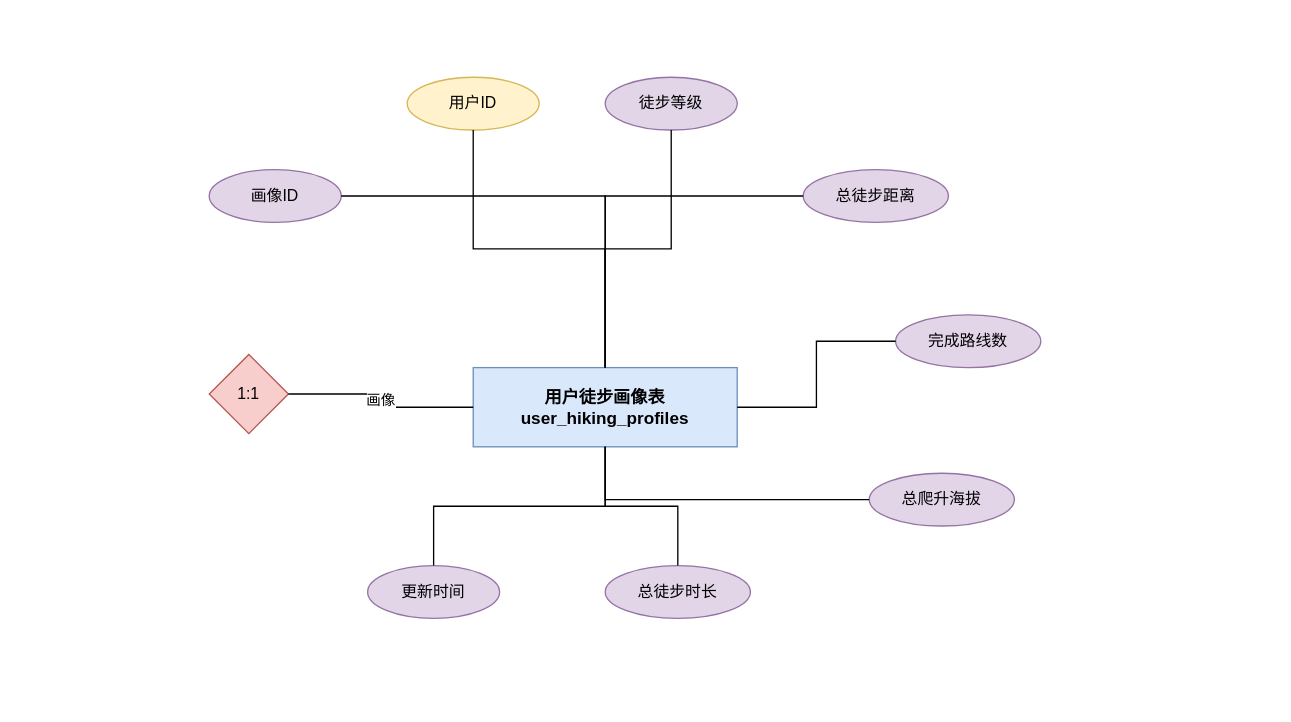
Before: DOCS/architecture-diagrams/sources/用户徒步画像表.drawio in 612cs/TrailQuest, a draw.io diagram. Source tidied: cells renumbered, new cells numbered last; positions are measured from the earlier drawing's top-left corner, leaving out a move shared by most shapes. Both pictures are drawn from the tidied source at 132%, with x=0, y=0 at pixel (209, 77).
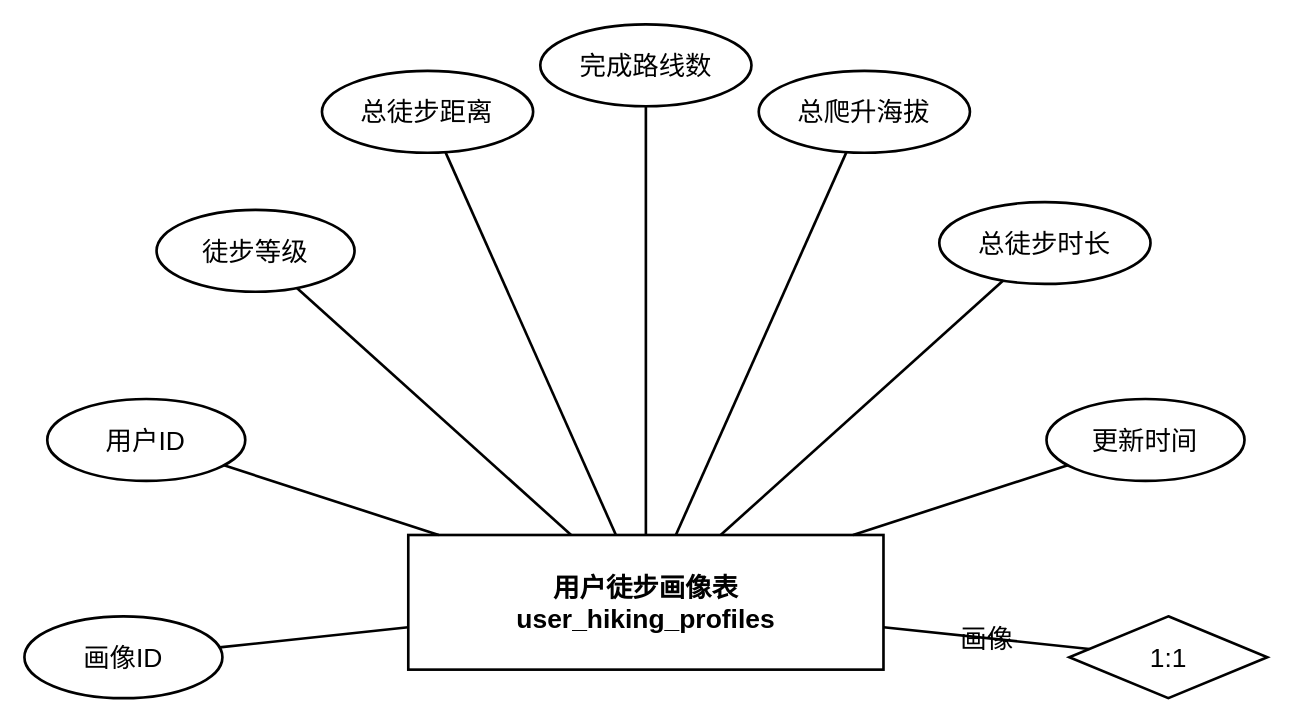
Above is the later version.

Diff of the diagram source:
```diff
@@
-    <mxCell id="2" value="用户徒步画像表&#10;user_hiking_profiles" style="rounded=0;whiteSpace=wrap;html=1;fillColor=#dae8fc;strokeColor=#6c8ebf;fontSize=13;fontStyle=1;" parent="1" vertex="1">
-      <mxGeometry x="200" y="220" width="200" height="60" as="geometry" />
+    <mxCell id="2" value="用户徒步画像表&#10;user_hiking_profiles" style="rounded=0;whiteSpace=wrap;html=1;fillColor=none;strokeColor=#000000;fontSize=20;fontStyle=1;gradientColor=none;fontColor=#000000;strokeWidth=2;shadow=0;glass=0;" parent="1" vertex="1">
+      <mxGeometry x="150.8" y="346.8" width="360" height="102" as="geometry" />
     </mxCell>
-    <mxCell id="3" value="画像ID" style="ellipse;whiteSpace=wrap;html=1;fillColor=#e1d5e7;strokeColor=#9673a6;" parent="1" vertex="1">
-      <mxGeometry y="70" width="100" height="40" as="geometry" />
+    <mxCell id="3" value="画像ID" style="ellipse;whiteSpace=wrap;html=1;fillColor=none;strokeColor=#000000;gradientColor=none;fontColor=#000000;fontSize=20;strokeWidth=2;shadow=0;glass=0;" parent="1" vertex="1">
+      <mxGeometry x="-140" y="408.4" width="150" height="62" as="geometry" />
     </mxCell>
-    <mxCell id="4" style="edgeStyle=orthogonalEdgeStyle;rounded=0;jettySize=auto;html=1;endArrow=none;endFill=0;" parent="1" edge="1" source="3" target="2">
+    <mxCell id="4" style="rounded=0;html=1;endArrow=none;endFill=0;strokeColor=#000000;strokeWidth=2;" parent="1" edge="1" source="3" target="2">
       <mxGeometry relative="1" as="geometry" />
     </mxCell>
-    <mxCell id="5" value="用户ID" style="ellipse;whiteSpace=wrap;html=1;fillColor=#fff2cc;strokeColor=#d6b656;" parent="1" vertex="1">
-      <mxGeometry x="150" width="100" height="40" as="geometry" />
+    <mxCell id="5" value="用户ID" style="ellipse;whiteSpace=wrap;html=1;fillColor=none;strokeColor=#000000;gradientColor=none;fontColor=#000000;fontSize=20;strokeWidth=2;shadow=0;glass=0;" parent="1" vertex="1">
+      <mxGeometry x="-122.7" y="243.8" width="150" height="62" as="geometry" />
     </mxCell>
-    <mxCell id="6" style="edgeStyle=orthogonalEdgeStyle;rounded=0;jettySize=auto;html=1;endArrow=none;endFill=0;" parent="1" edge="1" source="5" target="2">
+    <mxCell id="6" style="rounded=0;html=1;endArrow=none;endFill=0;strokeColor=#000000;strokeWidth=2;" parent="1" edge="1" source="5" target="2">
       <mxGeometry relative="1" as="geometry" />
     </mxCell>
-    <mxCell id="7" value="徒步等级" style="ellipse;whiteSpace=wrap;html=1;fillColor=#e1d5e7;strokeColor=#9673a6;" parent="1" vertex="1">
-      <mxGeometry x="300" width="100" height="40" as="geometry" />
+    <mxCell id="7" value="徒步等级" style="ellipse;whiteSpace=wrap;html=1;fillColor=none;strokeColor=#000000;gradientColor=none;fontColor=#000000;fontSize=20;strokeWidth=2;shadow=0;glass=0;" parent="1" vertex="1">
+      <mxGeometry x="-39.9" y="100.5" width="150" height="62" as="geometry" />
     </mxCell>
-    <mxCell id="8" style="edgeStyle=orthogonalEdgeStyle;rounded=0;jettySize=auto;html=1;endArrow=none;endFill=0;" parent="1" edge="1" source="7" target="2">
+    <mxCell id="8" style="rounded=0;html=1;endArrow=none;endFill=0;strokeColor=#000000;strokeWidth=2;" parent="1" edge="1" source="7" target="2">
       <mxGeometry relative="1" as="geometry" />
     </mxCell>
-    <mxCell id="9" value="总徒步距离" style="ellipse;whiteSpace=wrap;html=1;fillColor=#e1d5e7;strokeColor=#9673a6;" parent="1" vertex="1">
-      <mxGeometry x="450" y="70" width="110" height="40" as="geometry" />
+    <mxCell id="9" value="总徒步距离" style="ellipse;whiteSpace=wrap;html=1;fillColor=none;strokeColor=#000000;gradientColor=none;fontColor=#000000;fontSize=20;strokeWidth=2;shadow=0;glass=0;" parent="1" vertex="1">
+      <mxGeometry x="85.4" y="-4.8" width="160" height="62" as="geometry" />
     </mxCell>
-    <mxCell id="10" style="edgeStyle=orthogonalEdgeStyle;rounded=0;jettySize=auto;html=1;endArrow=none;endFill=0;" parent="1" edge="1" source="9" target="2">
+    <mxCell id="10" style="rounded=0;html=1;endArrow=none;endFill=0;strokeColor=#000000;strokeWidth=2;" parent="1" edge="1" source="9" target="2">
       <mxGeometry relative="1" as="geometry" />
     </mxCell>
-    <mxCell id="11" value="完成路线数" style="ellipse;whiteSpace=wrap;html=1;fillColor=#e1d5e7;strokeColor=#9673a6;" parent="1" vertex="1">
-      <mxGeometry x="520" y="180" width="110" height="40" as="geometry" />
+    <mxCell id="11" value="完成路线数" style="ellipse;whiteSpace=wrap;html=1;fillColor=none;strokeColor=#000000;gradientColor=none;fontColor=#000000;fontSize=20;strokeWidth=2;shadow=0;glass=0;" parent="1" vertex="1">
+      <mxGeometry x="250.8" y="-40" width="160" height="62" as="geometry" />
     </mxCell>
-    <mxCell id="12" style="edgeStyle=orthogonalEdgeStyle;rounded=0;jettySize=auto;html=1;endArrow=none;endFill=0;" parent="1" edge="1" source="11" target="2">
+    <mxCell id="12" style="rounded=0;html=1;endArrow=none;endFill=0;strokeColor=#000000;strokeWidth=2;" parent="1" edge="1" source="11" target="2">
       <mxGeometry relative="1" as="geometry" />
     </mxCell>
-    <mxCell id="13" value="总爬升海拔" style="ellipse;whiteSpace=wrap;html=1;fillColor=#e1d5e7;strokeColor=#9673a6;" parent="1" vertex="1">
-      <mxGeometry x="500" y="300" width="110" height="40" as="geometry" />
+    <mxCell id="13" value="总爬升海拔" style="ellipse;whiteSpace=wrap;html=1;fillColor=none;strokeColor=#000000;gradientColor=none;fontColor=#000000;fontSize=20;strokeWidth=2;shadow=0;glass=0;" parent="1" vertex="1">
+      <mxGeometry x="416.3" y="-4.8" width="160" height="62" as="geometry" />
     </mxCell>
-    <mxCell id="14" style="edgeStyle=orthogonalEdgeStyle;rounded=0;jettySize=auto;html=1;endArrow=none;endFill=0;" parent="1" edge="1" source="13" target="2">
+    <mxCell id="14" style="rounded=0;html=1;endArrow=none;endFill=0;strokeColor=#000000;strokeWidth=2;" parent="1" edge="1" source="13" target="2">
       <mxGeometry relative="1" as="geometry" />
     </mxCell>
-    <mxCell id="15" value="总徒步时长" style="ellipse;whiteSpace=wrap;html=1;fillColor=#e1d5e7;strokeColor=#9673a6;" parent="1" vertex="1">
-      <mxGeometry x="300" y="370" width="110" height="40" as="geometry" />
+    <mxCell id="15" value="总徒步时长" style="ellipse;whiteSpace=wrap;html=1;fillColor=none;strokeColor=#000000;gradientColor=none;fontColor=#000000;fontSize=20;strokeWidth=2;shadow=0;glass=0;" parent="1" vertex="1">
+      <mxGeometry x="553.1" y="94.6" width="160" height="62" as="geometry" />
     </mxCell>
-    <mxCell id="16" style="edgeStyle=orthogonalEdgeStyle;rounded=0;jettySize=auto;html=1;endArrow=none;endFill=0;" parent="1" edge="1" source="15" target="2">
+    <mxCell id="16" style="rounded=0;html=1;endArrow=none;endFill=0;strokeColor=#000000;strokeWidth=2;" parent="1" edge="1" source="15" target="2">
       <mxGeometry relative="1" as="geometry" />
     </mxCell>
-    <mxCell id="17" value="更新时间" style="ellipse;whiteSpace=wrap;html=1;fillColor=#e1d5e7;strokeColor=#9673a6;" parent="1" vertex="1">
-      <mxGeometry x="120" y="370" width="100" height="40" as="geometry" />
+    <mxCell id="17" value="更新时间" style="ellipse;whiteSpace=wrap;html=1;fillColor=none;strokeColor=#000000;gradientColor=none;fontColor=#000000;fontSize=20;strokeWidth=2;shadow=0;glass=0;" parent="1" vertex="1">
+      <mxGeometry x="634.3" y="243.8" width="150" height="62" as="geometry" />
     </mxCell>
-    <mxCell id="18" style="edgeStyle=orthogonalEdgeStyle;rounded=0;jettySize=auto;html=1;endArrow=none;endFill=0;" parent="1" edge="1" source="17" target="2">
+    <mxCell id="18" style="rounded=0;html=1;endArrow=none;endFill=0;strokeColor=#000000;strokeWidth=2;" parent="1" edge="1" source="17" target="2">
       <mxGeometry relative="1" as="geometry" />
     </mxCell>
-    <mxCell id="19" value="1:1" style="rhombus;whiteSpace=wrap;html=1;fillColor=#f8cecc;strokeColor=#b85450;fontSize=12;" parent="1" vertex="1">
-      <mxGeometry y="210" width="60" height="60" as="geometry" />
+    <mxCell id="19" value="1:1" style="rhombus;whiteSpace=wrap;html=1;fillColor=none;strokeColor=#000000;fontSize=20;gradientColor=none;fontColor=#000000;strokeWidth=2;shadow=0;glass=0;" parent="1" vertex="1">
+      <mxGeometry x="651.6" y="408.4" width="150" height="62" as="geometry" />
     </mxCell>
-    <mxCell id="20" value="画像" style="edgeStyle=orthogonalEdgeStyle;rounded=0;jettySize=auto;html=1;endArrow=none;endFill=0;" parent="1" edge="1" source="19" target="2">
+    <mxCell id="20" value="画像" style="rounded=0;html=1;endArrow=none;endFill=0;strokeColor=#000000;strokeWidth=2;fontSize=20;fontColor=#000000;fontFamily=Arial;labelBackgroundColor=none;fillColor=none;gradientColor=none;shadow=0;" parent="1" edge="1" source="19" target="2">
       <mxGeometry relative="1" as="geometry" />
     </mxCell>
```
